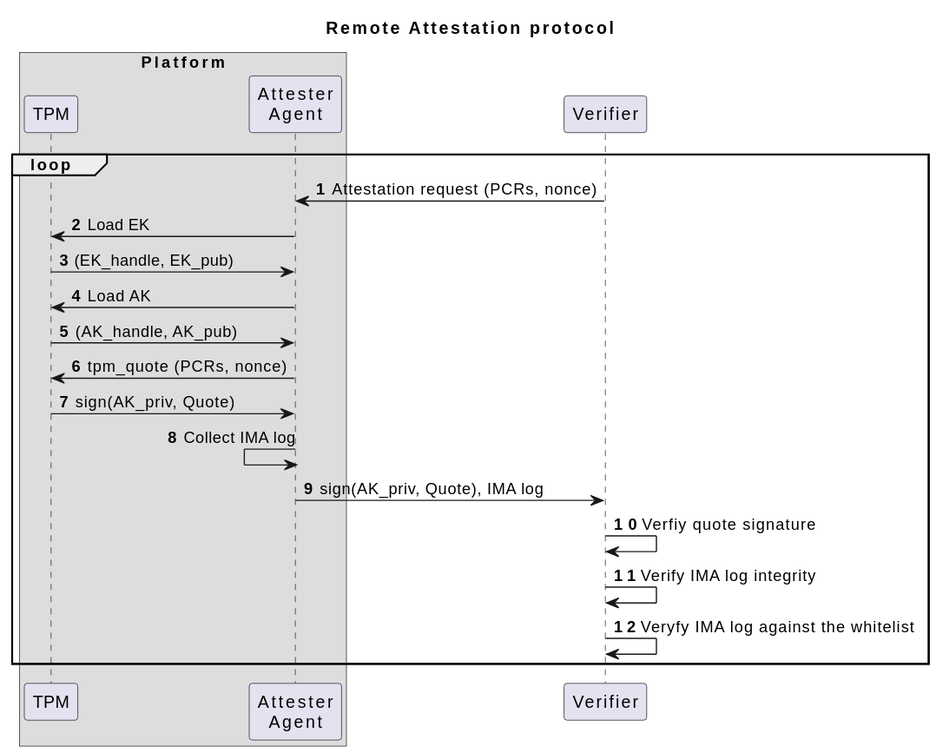
Before: docs/protocols/remote_attestation.svg, a diagram exported from PlantUML (Cybersecurity-LINKS/embrave).
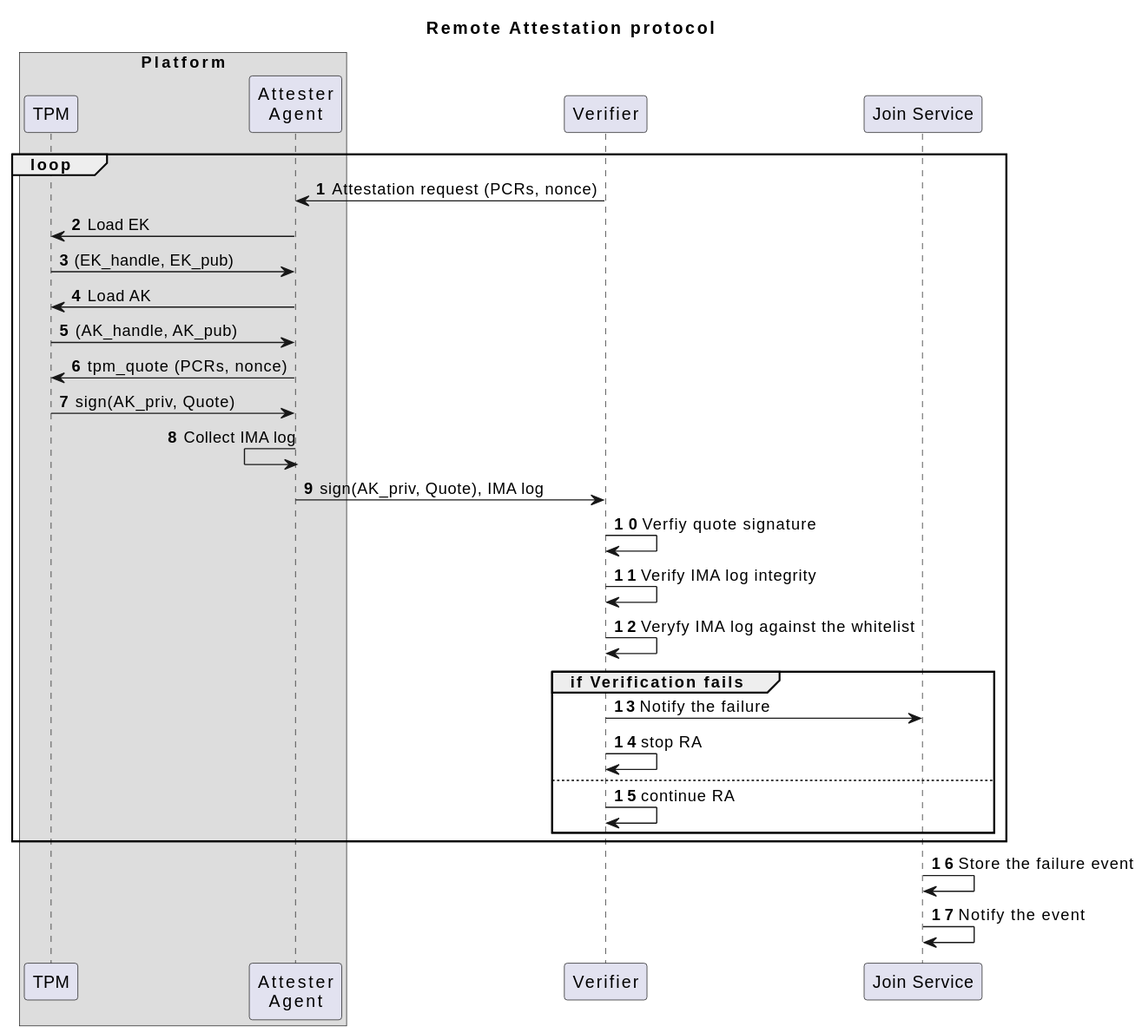
The same file after the commit.

Commit message:
docs: modified the RA process diagram

Diff of the diagram source:
```diff
@@ -10,6 +10,7 @@
 participant "Attester\nAgent" as attester_agent
 endbox
 participant "Verifier" as verifier
+participant "Join Service" as join_service
 
 loop
 verifier->attester_agent: Attestation request (PCRs, nonce)
@@ -24,5 +25,13 @@
 verifier->verifier: Verfiy quote signature
 verifier->verifier: Verify IMA log integrity
 verifier->verifier: Veryfy IMA log against the whitelist
+group if Verification fails
+  verifier -> join_service: Notify the failure
+  verifier -> verifier: stop RA
+else
+  verifier -> verifier: continue RA
 end
+end
+join_service -> join_service: Store the failure event
+join_service -> join_service:  Notify the event
 @enduml
```
